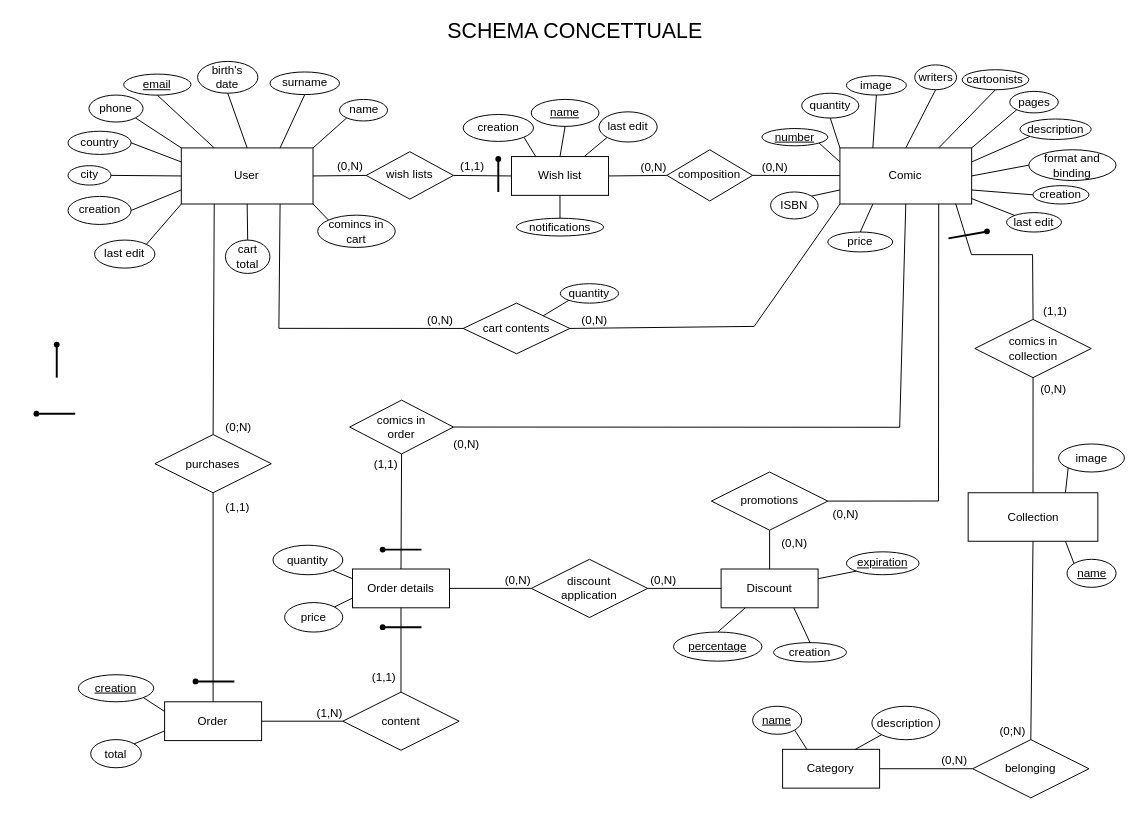
Enricods-i/Comics-Store-Backend keeps this draw.io diagram as page "Schema concettuale" (1 of 2) of doc/database/Comic_shop_ER_diagram.drawio. Above is the earlier version. Source tidied: cells renumbered, new cells numbered last; positions are measured from the earlier drawing's top-left corner, leaving out a move shared by most shapes. Both pictures are drawn from the tidied source at 97%, with x=0, y=0 at pixel (16, 16).
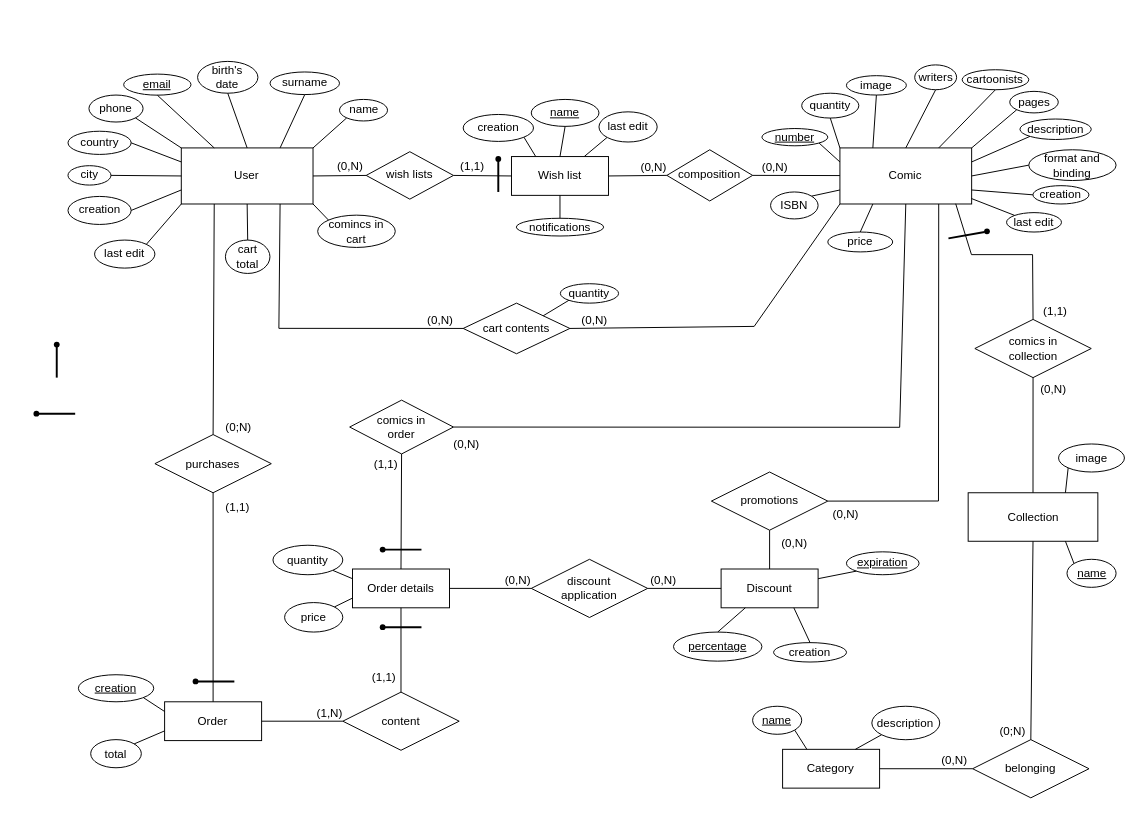
The same page after the edit.

Commit message (it also covers changes not shown here):
Ultimate le entity: fatti tutti i cascade e impostate tutte le relazioni; Aggiornato lo schema concettuale e lo schema fisico del db

Diff of the diagram source:
```diff
@@
-    <mxCell id="79" value="SCHEMA CONCETTUALE" style="text;html=1;align=center;verticalAlign=middle;fillColor=none;strokeColor=none;rounded=0;fontSize=22;" parent="1" vertex="1">
-      <mxGeometry x="435" width="280" height="30" as="geometry" />
-    </mxCell>
```
